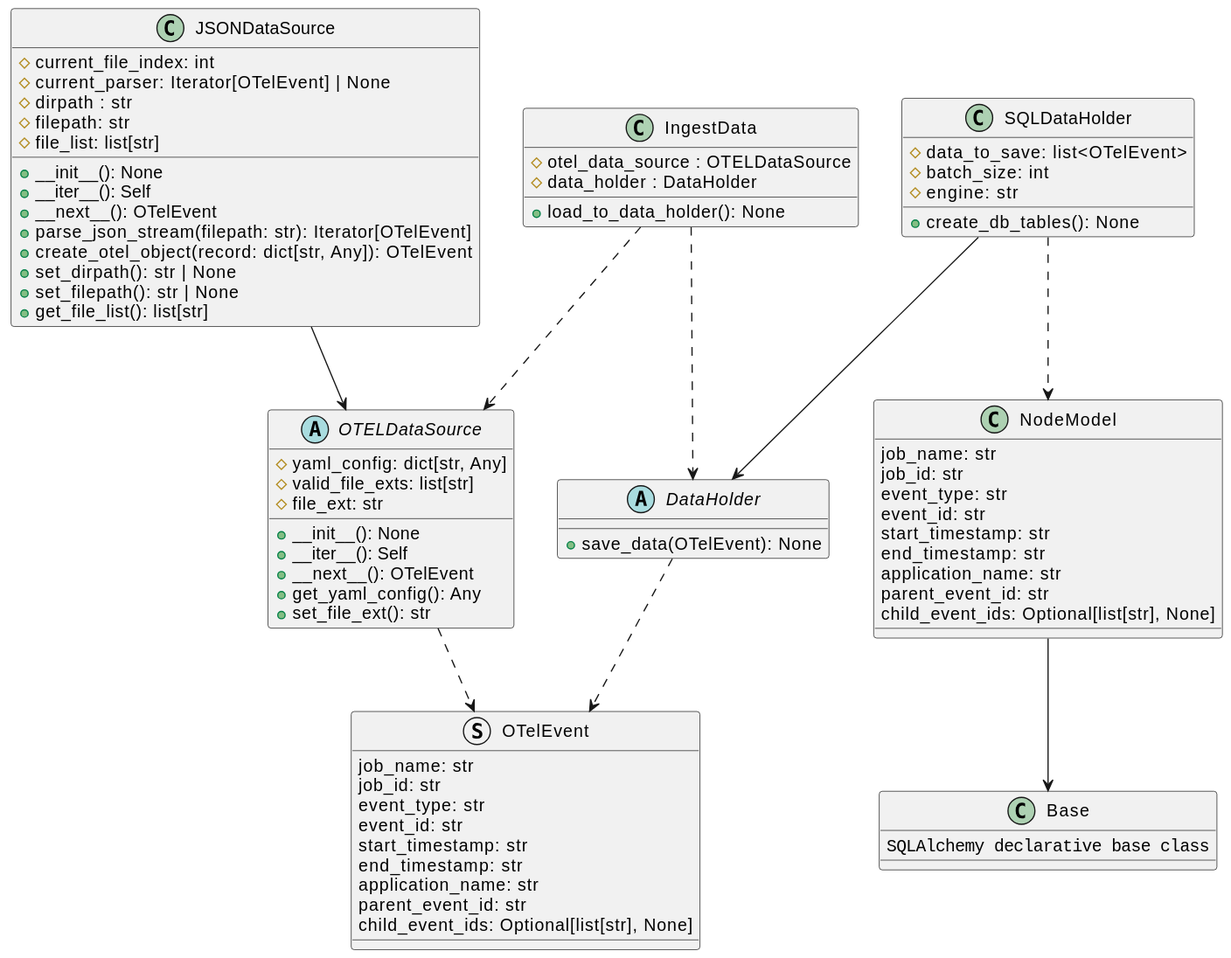
This is docs/development/design/3-DN-Retrieving_unique_graphs_from_Otel_data/class_diagrams.svg from xtuml/otel2puml, a PlantUML export, as it was before one commit.
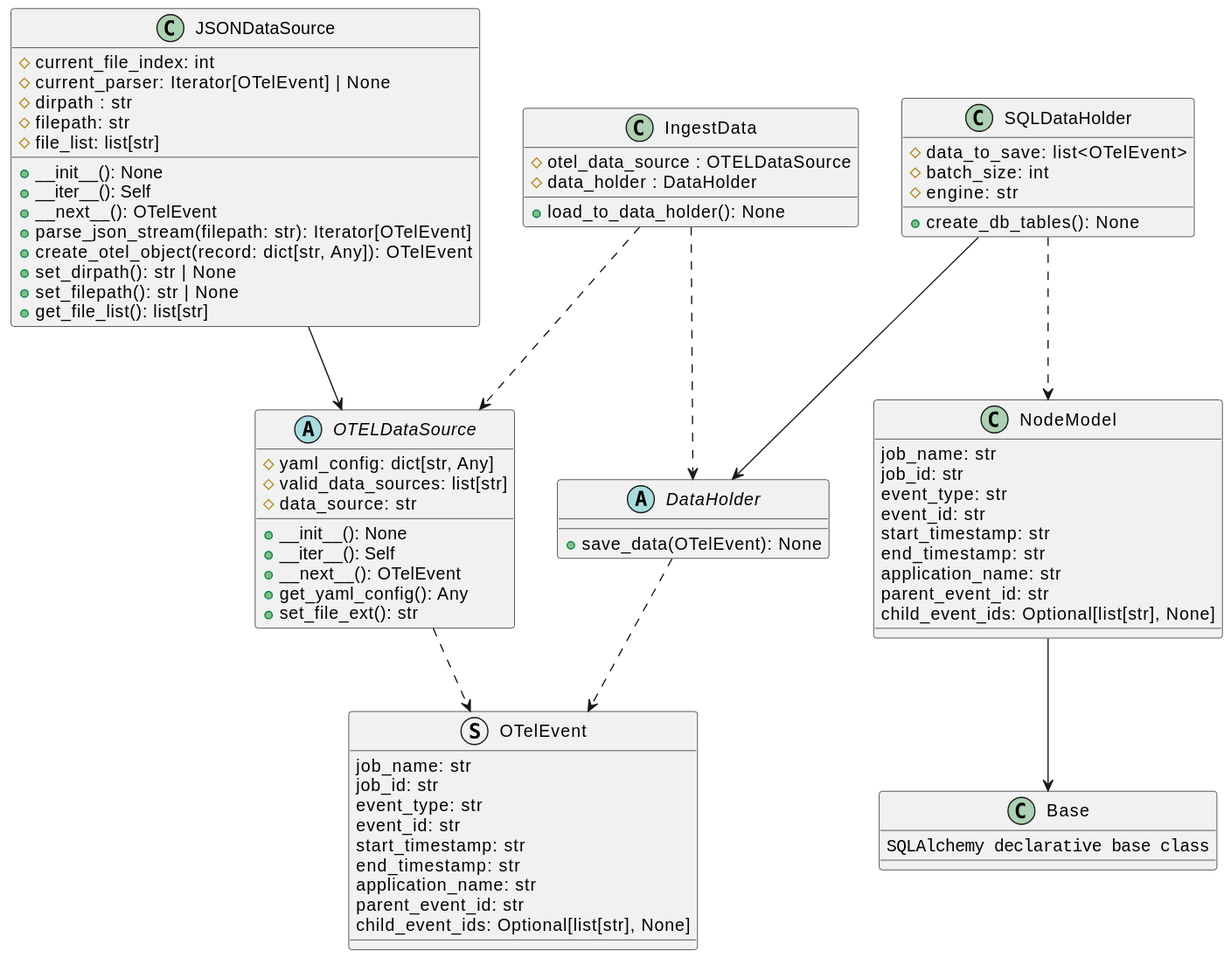
After the change.

Commit message:
Update design note and class diagrams

Diff of the diagram source:
```diff
@@ -13,8 +13,8 @@
 
 abstract class OTELDataSource {
     #yaml_config: dict[str, Any]
-    #valid_file_exts: list[str]
-    #file_ext: str
+    #valid_data_sources: list[str]
+    #data_source: str
     +__init__(): None
     +__iter__(): Self
     +__next__(): OTelEvent
```
